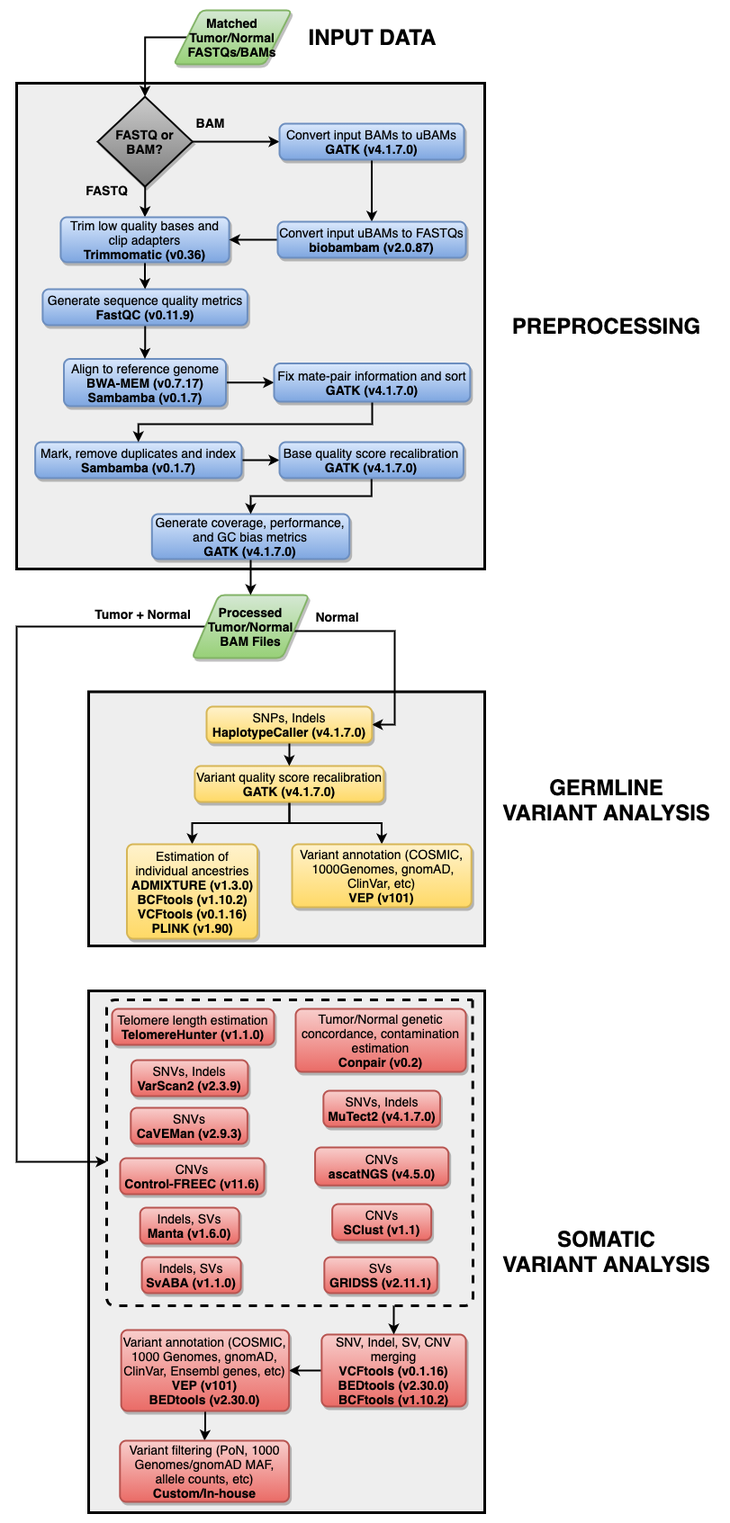
pblaney/mgp1000 keeps this draw.io diagram as MGP1000Pipeline.png. Above is the earlier version. Source tidied: cells renumbered, new cells last; positions are measured from the earlier drawing's top-left corner, leaving out a move shared by most shapes.
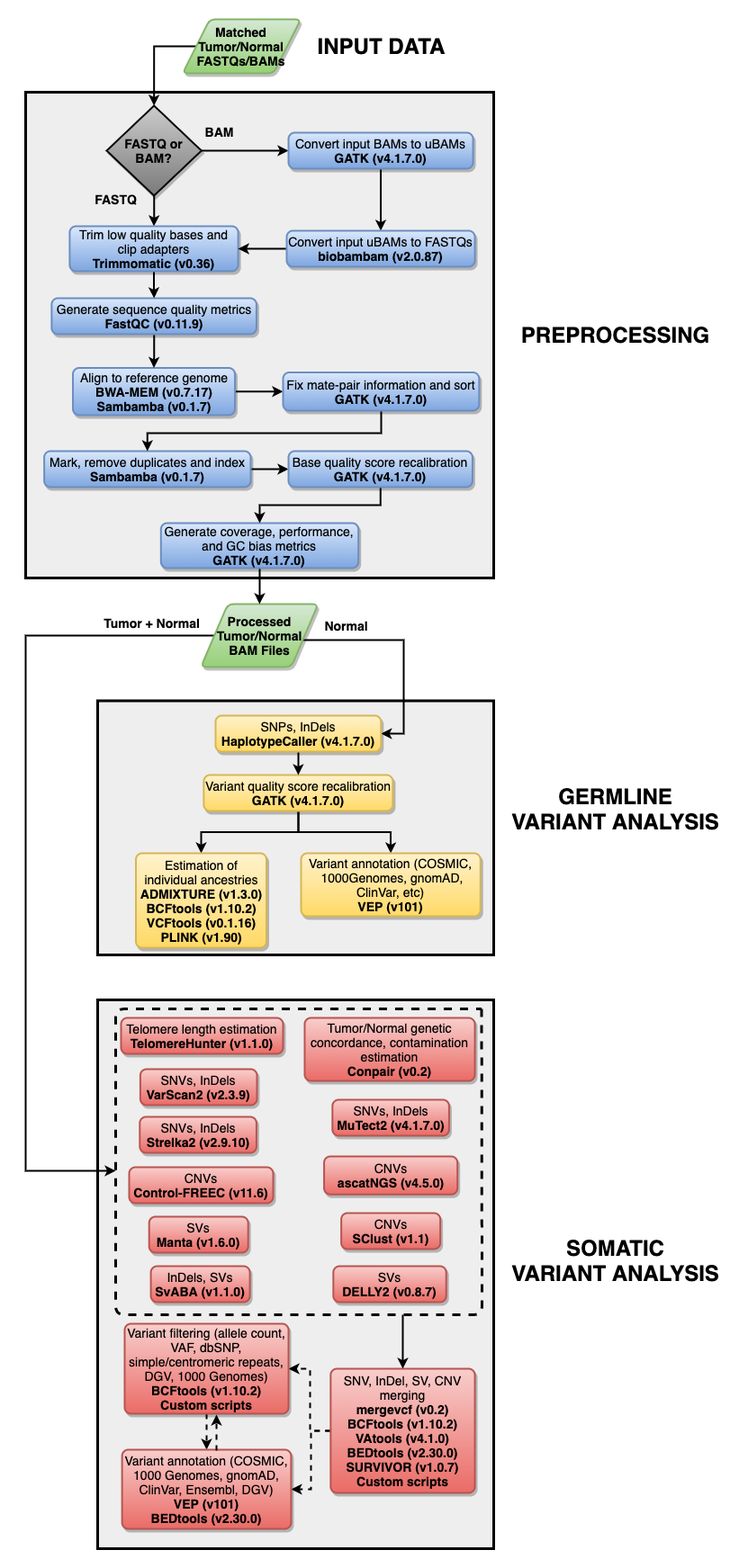
After the commit.

Commit message:
updates to README, Makefile, and pipeline schematic

What changed in the source:
```diff
@@ -3,7 +3,7 @@
     <mxCell id="0" />
     <mxCell id="1" parent="0" />
     <mxCell id="2" style="rounded=0;whiteSpace=wrap;html=1;shadow=0;glass=0;comic=0;strokeColor=#000000;strokeWidth=3;fillColor=#eeeeee;fontSize=13;direction=south;" parent="1" vertex="1">
-      <mxGeometry x="80" y="1090" width="440" height="580" as="geometry" />
+      <mxGeometry x="80" y="1090" width="440" height="610" as="geometry" />
     </mxCell>
     <mxCell id="3" style="rounded=0;whiteSpace=wrap;html=1;shadow=0;glass=0;comic=0;strokeColor=#000000;strokeWidth=3;fillColor=#eeeeee;fontSize=13;direction=south;" parent="1" vertex="1">
       <mxGeometry x="80" y="757.5" width="440" height="282.5" as="geometry" />
@@ -68,22 +68,22 @@
     <mxCell id="18" value="&lt;font style=&quot;font-size: 14px&quot;&gt;Processed Tumor/Normal BAM Files&lt;/font&gt;" style="shape=parallelogram;html=1;strokeWidth=2;perimeter=parallelogramPerimeter;whiteSpace=wrap;rounded=1;arcSize=13;size=0.23;shadow=1;comic=0;fillColor=#d5e8d4;strokeColor=#82b366;fontStyle=1;align=center;gradientColor=#97d077;" parent="1" vertex="1">
       <mxGeometry x="194.7" y="650" width="130.3" height="70" as="geometry" />
     </mxCell>
-    <mxCell id="19" value="&lt;font style=&quot;font-size: 14px&quot;&gt;Indels, SVs&lt;br&gt;&lt;b&gt;&lt;font style=&quot;font-size: 14px&quot;&gt;SvABA (v1.1.0)&lt;/font&gt;&lt;/b&gt;&lt;/font&gt;" style="rounded=1;whiteSpace=wrap;html=1;absoluteArcSize=1;arcSize=14;strokeWidth=2;shadow=1;comic=0;fillColor=#f8cecc;strokeColor=#b85450;gradientColor=#ea6b66;" parent="1" vertex="1">
+    <mxCell id="19" value="&lt;font style=&quot;font-size: 14px&quot;&gt;InDels, SVs&lt;br&gt;&lt;b&gt;&lt;font style=&quot;font-size: 14px&quot;&gt;SvABA (v1.1.0)&lt;/font&gt;&lt;/b&gt;&lt;/font&gt;" style="rounded=1;whiteSpace=wrap;html=1;absoluteArcSize=1;arcSize=14;strokeWidth=2;shadow=1;comic=0;fillColor=#f8cecc;strokeColor=#b85450;gradientColor=#ea6b66;" parent="1" vertex="1">
       <mxGeometry x="139.1" y="1386" width="110" height="40" as="geometry" />
     </mxCell>
-    <mxCell id="20" value="&lt;font style=&quot;font-size: 14px&quot;&gt;SNVs, Indels&lt;br&gt;&lt;b&gt;&lt;font style=&quot;font-size: 14px&quot;&gt;VarScan2 (v2.3.9)&lt;/font&gt;&lt;/b&gt;&lt;/font&gt;" style="rounded=1;whiteSpace=wrap;html=1;absoluteArcSize=1;arcSize=14;strokeWidth=2;shadow=1;comic=0;fillColor=#f8cecc;strokeColor=#b85450;gradientColor=#ea6b66;" parent="1" vertex="1">
+    <mxCell id="20" value="&lt;font style=&quot;font-size: 14px&quot;&gt;SNVs, InDels&lt;br&gt;&lt;b&gt;&lt;font style=&quot;font-size: 14px&quot;&gt;VarScan2 (v2.3.9)&lt;/font&gt;&lt;/b&gt;&lt;/font&gt;" style="rounded=1;whiteSpace=wrap;html=1;absoluteArcSize=1;arcSize=14;strokeWidth=2;shadow=1;comic=0;fillColor=#f8cecc;strokeColor=#b85450;gradientColor=#ea6b66;" parent="1" vertex="1">
       <mxGeometry x="127.4" y="1167" width="129.6" height="40" as="geometry" />
     </mxCell>
-    <mxCell id="21" value="&lt;font style=&quot;font-size: 14px&quot;&gt;SNVs&lt;br&gt;&lt;b&gt;&lt;font style=&quot;font-size: 14px&quot;&gt;CaVEMan (v2.9.3)&lt;/font&gt;&lt;/b&gt;&lt;/font&gt;" style="rounded=1;whiteSpace=wrap;html=1;absoluteArcSize=1;arcSize=14;strokeWidth=2;shadow=1;comic=0;fillColor=#f8cecc;strokeColor=#b85450;gradientColor=#ea6b66;" parent="1" vertex="1">
+    <mxCell id="21" value="&lt;font style=&quot;font-size: 14px&quot;&gt;SNVs, InDels&lt;br&gt;&lt;b&gt;&lt;font style=&quot;font-size: 14px&quot;&gt;Strelka2 (v2.9.10)&lt;/font&gt;&lt;/b&gt;&lt;/font&gt;" style="rounded=1;whiteSpace=wrap;html=1;absoluteArcSize=1;arcSize=14;strokeWidth=2;shadow=1;comic=0;fillColor=#f8cecc;strokeColor=#b85450;gradientColor=#ea6b66;" parent="1" vertex="1">
       <mxGeometry x="126.8" y="1220" width="129.6" height="40" as="geometry" />
     </mxCell>
-    <mxCell id="22" value="&lt;font style=&quot;font-size: 14px&quot;&gt;SNVs, Indels&lt;br&gt;&lt;b&gt;&lt;font style=&quot;font-size: 14px&quot;&gt;MuTect2 (v4.1.7.0)&lt;/font&gt;&lt;/b&gt;&lt;/font&gt;" style="rounded=1;whiteSpace=wrap;html=1;absoluteArcSize=1;arcSize=14;strokeWidth=2;shadow=1;comic=0;fillColor=#f8cecc;strokeColor=#b85450;gradientColor=#ea6b66;" parent="1" vertex="1">
+    <mxCell id="22" value="&lt;font style=&quot;font-size: 14px&quot;&gt;SNVs, InDels&lt;br&gt;&lt;b&gt;&lt;font style=&quot;font-size: 14px&quot;&gt;MuTect2 (v4.1.7.0)&lt;/font&gt;&lt;/b&gt;&lt;/font&gt;" style="rounded=1;whiteSpace=wrap;html=1;absoluteArcSize=1;arcSize=14;strokeWidth=2;shadow=1;comic=0;fillColor=#f8cecc;strokeColor=#b85450;gradientColor=#ea6b66;" parent="1" vertex="1">
       <mxGeometry x="340.8" y="1201" width="129.6" height="40" as="geometry" />
     </mxCell>
-    <mxCell id="23" value="&lt;font style=&quot;font-size: 14px&quot;&gt;Indels, SVs&lt;br&gt;&lt;b&gt;&lt;font style=&quot;font-size: 14px&quot;&gt;Manta (v1.6.0)&lt;/font&gt;&lt;/b&gt;&lt;/font&gt;" style="rounded=1;whiteSpace=wrap;html=1;absoluteArcSize=1;arcSize=14;strokeWidth=2;shadow=1;comic=0;fillColor=#f8cecc;strokeColor=#b85450;gradientColor=#ea6b66;" parent="1" vertex="1">
+    <mxCell id="23" value="&lt;font style=&quot;font-size: 14px&quot;&gt;SVs&lt;br&gt;&lt;b&gt;&lt;font style=&quot;font-size: 14px&quot;&gt;Manta (v1.6.0)&lt;/font&gt;&lt;/b&gt;&lt;/font&gt;" style="rounded=1;whiteSpace=wrap;html=1;absoluteArcSize=1;arcSize=14;strokeWidth=2;shadow=1;comic=0;fillColor=#f8cecc;strokeColor=#b85450;gradientColor=#ea6b66;" parent="1" vertex="1">
       <mxGeometry x="137.2" y="1331" width="110" height="40" as="geometry" />
     </mxCell>
-    <mxCell id="24" value="&lt;font style=&quot;font-size: 14px&quot;&gt;SVs&lt;br&gt;&lt;b&gt;&lt;font style=&quot;font-size: 14px&quot;&gt;GRIDSS (v2.11.1)&lt;/font&gt;&lt;/b&gt;&lt;/font&gt;" style="rounded=1;whiteSpace=wrap;html=1;absoluteArcSize=1;arcSize=14;strokeWidth=2;shadow=1;comic=0;fillColor=#f8cecc;strokeColor=#b85450;gradientColor=#ea6b66;" parent="1" vertex="1">
+    <mxCell id="24" value="&lt;font style=&quot;font-size: 14px&quot;&gt;SVs&lt;br&gt;&lt;b&gt;&lt;font style=&quot;font-size: 14px&quot;&gt;DELLY2 (v0.8.7)&lt;/font&gt;&lt;/b&gt;&lt;/font&gt;" style="rounded=1;whiteSpace=wrap;html=1;absoluteArcSize=1;arcSize=14;strokeWidth=2;shadow=1;comic=0;fillColor=#f8cecc;strokeColor=#b85450;gradientColor=#ea6b66;" parent="1" vertex="1">
       <mxGeometry x="341.8" y="1386" width="125.4" height="40" as="geometry" />
     </mxCell>
     <mxCell id="25" value="&lt;font style=&quot;font-size: 14px&quot;&gt;CNVs&lt;br&gt;&lt;b&gt;&lt;font style=&quot;font-size: 14px&quot;&gt;SClust (v1.1)&lt;/font&gt;&lt;/b&gt;&lt;/font&gt;" style="rounded=1;whiteSpace=wrap;html=1;absoluteArcSize=1;arcSize=14;strokeWidth=2;shadow=1;comic=0;fillColor=#f8cecc;strokeColor=#b85450;gradientColor=#ea6b66;" parent="1" vertex="1">
@@ -113,20 +113,33 @@
     <mxCell id="33" value="&lt;b&gt;&lt;font&gt;&lt;font style=&quot;font-size: 24px&quot;&gt;GERMLINE&lt;br&gt;VARIANT ANALYSIS&lt;/font&gt;&lt;br style=&quot;font-size: 21px&quot;&gt;&lt;/font&gt;&lt;/b&gt;" style="text;html=1;align=center;verticalAlign=middle;fillColor=none;strokeColor=none;rounded=0;shadow=1;comic=0;fontSize=21;" parent="1" vertex="1">
       <mxGeometry x="530" y="848" width="250" height="60" as="geometry" />
     </mxCell>
-    <mxCell id="34" style="edgeStyle=orthogonalEdgeStyle;rounded=0;jettySize=auto;html=1;entryX=1;entryY=0.5;entryDx=0;entryDy=0;strokeWidth=2;" parent="1" edge="1" source="35" target="37">
-      <mxGeometry relative="1" as="geometry" />
+    <mxCell id="34" style="edgeStyle=orthogonalEdgeStyle;rounded=0;jettySize=auto;html=1;entryX=1;entryY=0.5;entryDx=0;entryDy=0;dashed=1;strokeColor=default;strokeWidth=2;" parent="1" edge="1" source="35" target="37">
+      <mxGeometry relative="1" as="geometry">
+        <Array as="points">
+          <mxPoint x="316" y="1569" />
+          <mxPoint x="316" y="1500" />
+        </Array>
+      </mxGeometry>
     </mxCell>
+    <mxCell id="64" style="edgeStyle=orthogonalEdgeStyle;rounded=0;jettySize=auto;html=1;entryX=1;entryY=0.5;entryDx=0;entryDy=0;dashed=1;strokeColor=default;strokeWidth=2;" parent="1" edge="1" source="35" target="38">
+      <mxGeometry relative="1" as="geometry">
+        <Array as="points">
+          <mxPoint x="317" y="1569" />
+          <mxPoint x="317" y="1634" />
+        </Array>
+      </mxGeometry>
+    </mxCell>
-    <mxCell id="35" value="&lt;font style=&quot;font-size: 14px&quot;&gt;SNV, Indel, SV, CNV merging&lt;br&gt;&lt;b&gt;VCFtools (v0.1.16)&lt;br&gt;&lt;/b&gt;&lt;b&gt;BEDtools (v2.30.0)&lt;br&gt;BCFtools (v1.10.2)&lt;/b&gt;&lt;/font&gt;" style="rounded=1;whiteSpace=wrap;html=1;absoluteArcSize=1;arcSize=14;strokeWidth=2;shadow=1;comic=0;fillColor=#f8cecc;strokeColor=#b85450;gradientColor=#ea6b66;" parent="1" vertex="1">
-      <mxGeometry x="338.9" y="1472" width="160.2" height="80" as="geometry" />
+    <mxCell id="35" value="&lt;font style=&quot;font-size: 14px&quot;&gt;SNV, InDel, SV, CNV merging&lt;br&gt;&lt;b&gt;mergevcf (v0.2)&lt;br&gt;&lt;/b&gt;&lt;b&gt;BCFtools (v1.10.2)&lt;/b&gt;&lt;b&gt;&lt;br&gt;VAtools (v4.1.0)&lt;br&gt;&lt;/b&gt;&lt;b&gt;BEDtools (v2.30.0)&lt;br&gt;SURVIVOR (v1.0.7)&lt;br&gt;Custom scripts&lt;br&gt;&lt;/b&gt;&lt;/font&gt;" style="rounded=1;whiteSpace=wrap;html=1;absoluteArcSize=1;arcSize=14;strokeWidth=2;shadow=1;comic=0;fillColor=#f8cecc;strokeColor=#b85450;gradientColor=#ea6b66;" parent="1" vertex="1">
+      <mxGeometry x="338.9" y="1500" width="160.2" height="138" as="geometry" />
     </mxCell>
-    <mxCell id="36" style="edgeStyle=orthogonalEdgeStyle;rounded=0;jettySize=auto;html=1;entryX=0.5;entryY=0;entryDx=0;entryDy=0;strokeWidth=2;" parent="1" edge="1" source="37" target="38">
+    <mxCell id="36" style="edgeStyle=orthogonalEdgeStyle;rounded=0;jettySize=auto;html=1;entryX=0.5;entryY=0;entryDx=0;entryDy=0;dashed=1;strokeColor=default;strokeWidth=2;" parent="1" edge="1" source="37" target="38">
       <mxGeometry relative="1" as="geometry" />
     </mxCell>
-    <mxCell id="37" value="&lt;font style=&quot;font-size: 14px&quot;&gt;Variant annotation (COSMIC, 1000 Genomes, gnomAD, ClinVar, Ensembl genes, etc)&lt;br&gt;&lt;b&gt;VEP (v101)&lt;br&gt;&lt;/b&gt;&lt;/font&gt;&lt;b style=&quot;font-size: 14px&quot;&gt;&lt;font style=&quot;font-size: 14px&quot;&gt;BEDtools (v2.30.0)&lt;/font&gt;&lt;br&gt;&lt;/b&gt;" style="rounded=1;whiteSpace=wrap;html=1;absoluteArcSize=1;arcSize=14;strokeWidth=2;shadow=1;comic=0;fillColor=#f8cecc;strokeColor=#b85450;gradientColor=#ea6b66;" parent="1" vertex="1">
-      <mxGeometry x="116.2" y="1467" width="186.4" height="90" as="geometry" />
+    <mxCell id="37" value="&lt;font style=&quot;font-size: 14px&quot;&gt;Variant filtering (allele count, VAF, dbSNP, simple/centromeric repeats, DGV, 1000 Genomes)&lt;br&gt;&lt;/font&gt;&lt;b style=&quot;font-size: 14px&quot;&gt;BCFtools (v1.10.2)&lt;/b&gt;&lt;b style=&quot;font-size: 14px&quot;&gt;&lt;br&gt;Custom scripts&lt;br&gt;&lt;/b&gt;" style="rounded=1;whiteSpace=wrap;html=1;absoluteArcSize=1;arcSize=14;strokeWidth=2;shadow=1;comic=0;fillColor=#f8cecc;strokeColor=#b85450;gradientColor=#ea6b66;" parent="1" vertex="1">
+      <mxGeometry x="110" y="1450" width="182" height="100" as="geometry" />
     </mxCell>
-    <mxCell id="38" value="&lt;font style=&quot;font-size: 14px&quot;&gt;Variant filtering (PoN, 1000 Genomes/gnomAD MAF, allele counts, etc)&lt;br&gt;&lt;/font&gt;&lt;b style=&quot;font-size: 14px&quot;&gt;&lt;font style=&quot;font-size: 14px&quot;&gt;Custom/In-house&lt;/font&gt;&lt;br&gt;&lt;/b&gt;" style="rounded=1;whiteSpace=wrap;html=1;absoluteArcSize=1;arcSize=14;strokeWidth=2;shadow=1;comic=0;fillColor=#f8cecc;strokeColor=#b85450;gradientColor=#ea6b66;" parent="1" vertex="1">
-      <mxGeometry x="114.8" y="1590" width="187.8" height="68" as="geometry" />
+    <mxCell id="38" value="&lt;font style=&quot;font-size: 14px&quot;&gt;Variant annotation (COSMIC, 1000 Genomes, gnomAD, ClinVar, Ensembl, DGV)&lt;br&gt;&lt;b&gt;VEP (v101)&lt;br&gt;&lt;/b&gt;&lt;/font&gt;&lt;b style=&quot;font-size: 14px&quot;&gt;BEDtools (v2.30.0)&lt;/b&gt;&lt;b style=&quot;font-size: 14px&quot;&gt;&lt;br&gt;&lt;/b&gt;" style="rounded=1;whiteSpace=wrap;html=1;absoluteArcSize=1;arcSize=14;strokeWidth=2;shadow=1;comic=0;fillColor=#f8cecc;strokeColor=#b85450;gradientColor=#ea6b66;" parent="1" vertex="1">
+      <mxGeometry x="107.1" y="1590" width="187.8" height="88" as="geometry" />
     </mxCell>
     <mxCell id="39" style="edgeStyle=orthogonalEdgeStyle;rounded=0;jettySize=auto;html=1;entryX=0;entryY=0.5;entryDx=0;entryDy=0;strokeWidth=2;" parent="1" edge="1" source="41" target="43">
       <mxGeometry relative="1" as="geometry" />
@@ -184,7 +197,7 @@
     <mxCell id="55" style="edgeStyle=orthogonalEdgeStyle;rounded=0;jettySize=auto;html=1;strokeWidth=2;fontSize=24;" parent="1" edge="1" source="56" target="31">
       <mxGeometry relative="1" as="geometry" />
     </mxCell>
-    <mxCell id="56" value="&lt;font style=&quot;font-size: 14px&quot;&gt;SNPs, Indels&lt;br&gt;&lt;b&gt;&lt;font style=&quot;font-size: 14px&quot;&gt;HaplotypeCaller (v4.1.7.0)&lt;/font&gt;&lt;/b&gt;&lt;/font&gt;" style="rounded=1;whiteSpace=wrap;html=1;absoluteArcSize=1;arcSize=14;strokeWidth=2;shadow=1;comic=0;fillColor=#fff2cc;strokeColor=#d6b656;gradientColor=#ffd966;" parent="1" vertex="1">
+    <mxCell id="56" value="&lt;font style=&quot;font-size: 14px&quot;&gt;SNPs, InDels&lt;br&gt;&lt;b&gt;&lt;font style=&quot;font-size: 14px&quot;&gt;HaplotypeCaller (v4.1.7.0)&lt;/font&gt;&lt;/b&gt;&lt;/font&gt;" style="rounded=1;whiteSpace=wrap;html=1;absoluteArcSize=1;arcSize=14;strokeWidth=2;shadow=1;comic=0;fillColor=#fff2cc;strokeColor=#d6b656;gradientColor=#ffd966;" parent="1" vertex="1">
       <mxGeometry x="211" y="774" width="183.8" height="40" as="geometry" />
     </mxCell>
     <mxCell id="57" style="edgeStyle=orthogonalEdgeStyle;rounded=0;jettySize=auto;html=1;entryX=0.5;entryY=0;entryDx=0;entryDy=0;fontSize=14;strokeWidth=2;" parent="1" edge="1" source="58" target="53">
@@ -220,5 +233,11 @@
         <mxPoint x="419" y="1440" as="sourcePoint" />
       </mxGeometry>
     </mxCell>
+    <mxCell id="65" style="edgeStyle=orthogonalEdgeStyle;rounded=0;orthogonalLoop=1;jettySize=auto;html=1;entryX=0.5;entryY=0;entryDx=0;entryDy=0;dashed=1;strokeColor=default;strokeWidth=2;" parent="1" edge="1">
+      <mxGeometry relative="1" as="geometry">
+        <mxPoint x="212" y="1591" as="sourcePoint" />
+        <mxPoint x="212" y="1551" as="targetPoint" />
+      </mxGeometry>
+    </mxCell>
   </root>
 </mxGraphModel>
```
